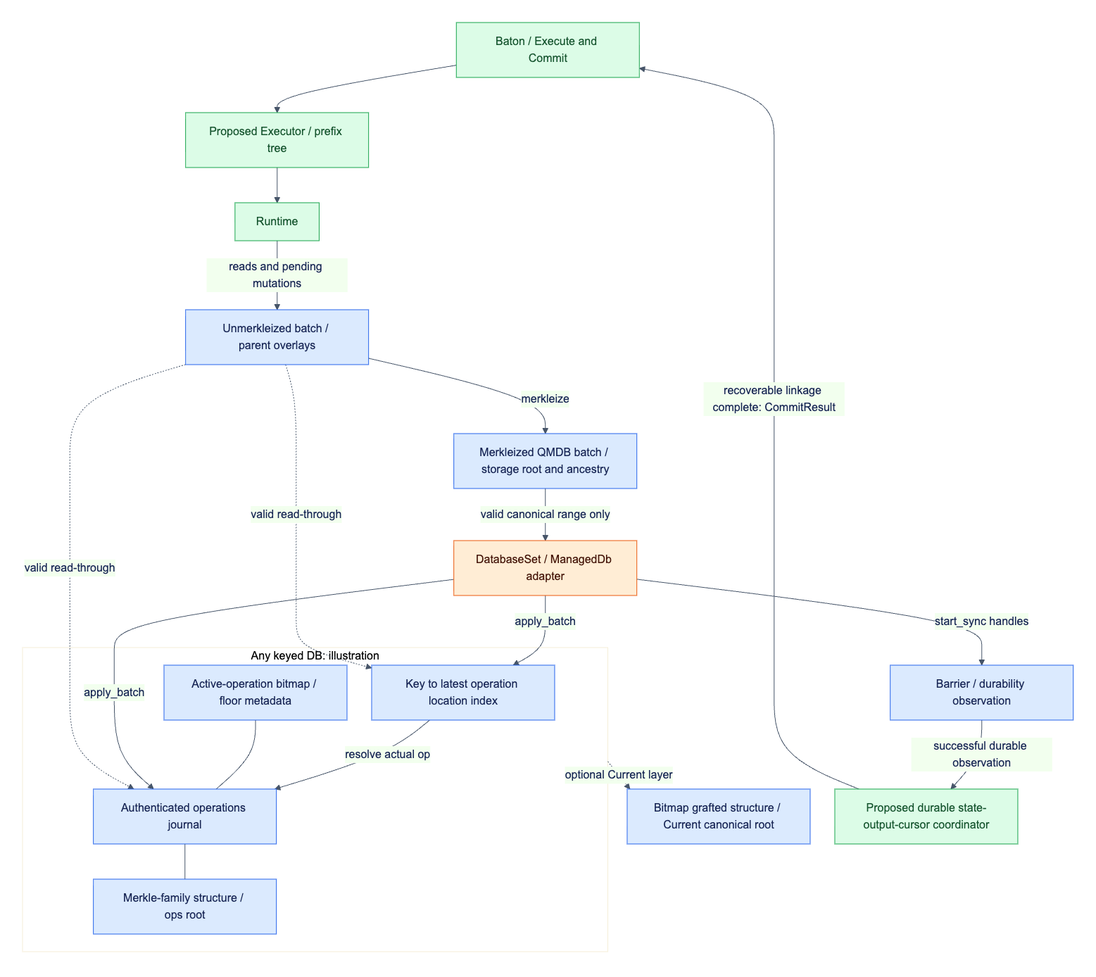
Before: assets/diagrams/diagram-17.png, a diagram exported from Mermaid (djm07073/baton-research). Its source is kept beside it as assets/diagrams/diagram-17.mmd.
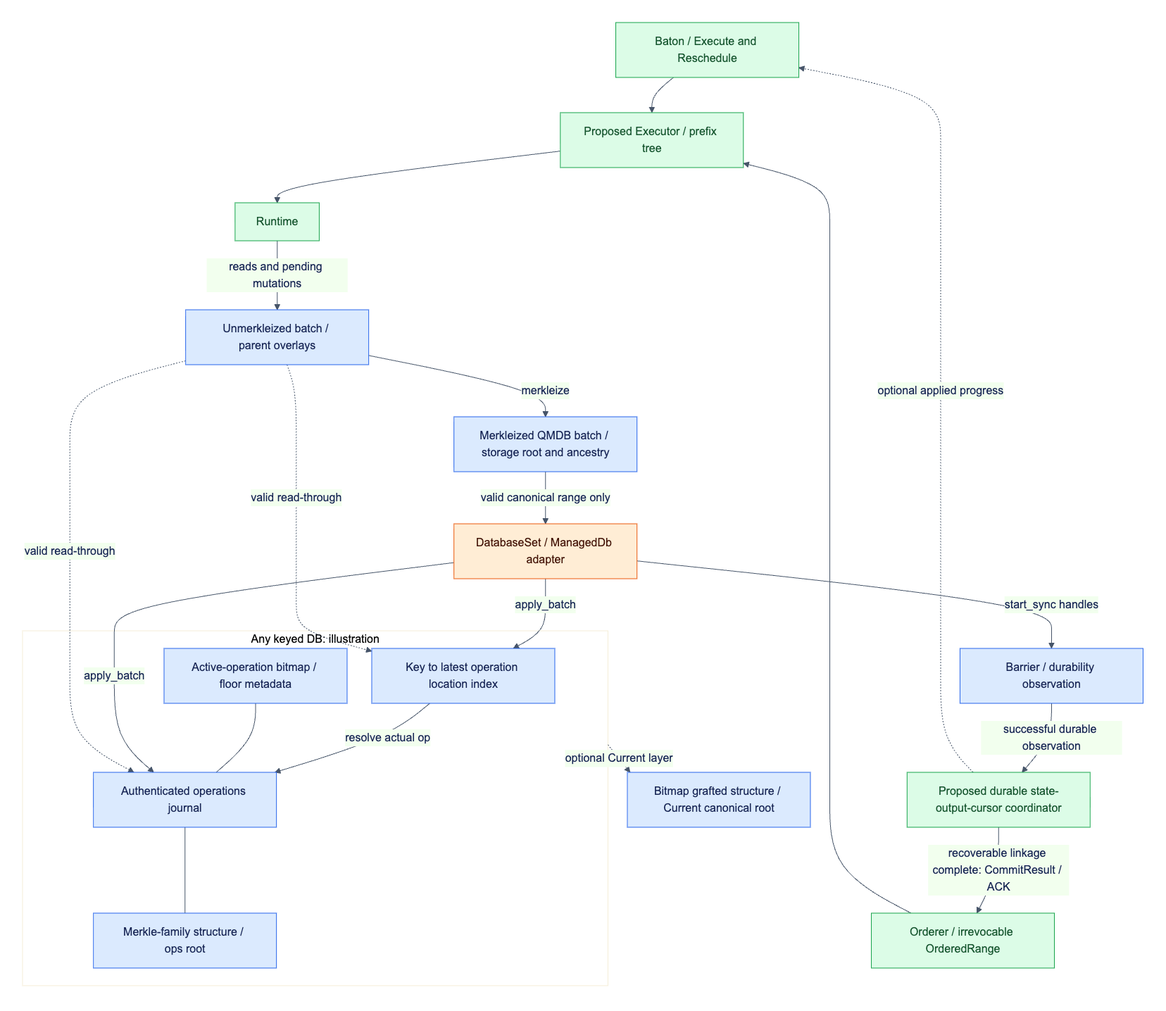
The same file after the commit.

Diff of the diagram source:
```diff
@@ -1,5 +1,6 @@
 flowchart TB
-    B[Baton / Execute and Commit] --> O[Proposed Executor / prefix tree]
+    B[Baton / Execute and Reschedule] --> O[Proposed Executor / prefix tree]
+    ORDER[Orderer / irrevocable OrderedRange] --> O
     O --> R[Runtime]
     R -->|reads and pending mutations| U[Unmerkleized batch / parent overlays]
     U -->|merkleize| K[Merkleized QMDB batch / storage root and ancestry]
@@ -20,10 +21,11 @@
     Q -. optional Current layer .-> C[Bitmap grafted structure / Current canonical root]
     D -->|start_sync handles| F[Barrier / durability observation]
     F -->|successful durable observation| J[Proposed durable state-output-cursor coordinator]
-    J -->|recoverable linkage complete: CommitResult| B
+    J -->|recoverable linkage complete: CommitResult / ACK| ORDER
+    J -. optional applied progress .-> B
     classDef reuse fill:#dbeafe,stroke:#2563eb,color:#172554;
     classDef adapt fill:#ffedd5,stroke:#ea580c,color:#431407;
     classDef fresh fill:#dcfce7,stroke:#16a34a,color:#14532d;
     class U,K,I,L,M,A,C,F reuse;
     class D adapt;
-    class B,O,R,J fresh;
+    class B,ORDER,O,R,J fresh;
```
